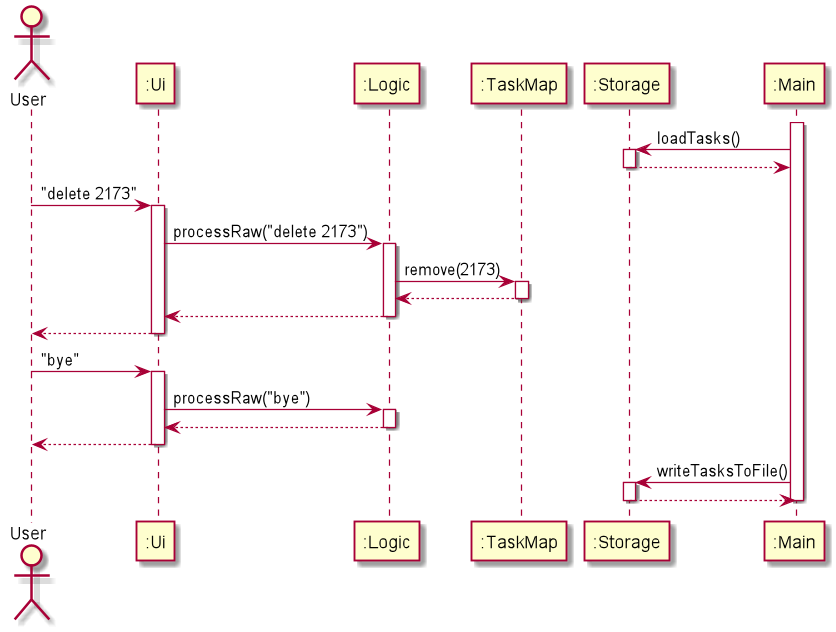
Earlier version of the PlantUML export docs/diagrams/ComponentsSeq.png (nus-cs2113-AY2021S1/tp). Its diagram source:
```plantuml
@startuml

actor User
participant ":Ui" as Ui
participant ":Logic" as Logic
participant ":TaskMap" as TaskMap
participant ":Storage" as Storage
participant ":Main" as Main

activate Main

Main -> Storage: loadTasks()
activate Storage


Storage --> Main
deactivate Storage

User -> Ui: "delete 2173"
activate Ui

Ui -> Logic: processRaw("delete 2173")
activate Logic

Logic -> TaskMap: remove(2173)
activate TaskMap

TaskMap --> Logic
deactivate TaskMap

Logic --> Ui
deactivate Logic

Ui --> User
deactivate Ui

User -> Ui: "bye"
activate Ui

Ui -> Logic: processRaw("bye")
activate Logic

Logic --> Ui
deactivate Logic

Ui --> User
deactivate Ui

Main -> Storage: writeTasksToFile()
activate Storage

Storage --> Main
deactivate Storage

deactivate Main

@enduml
```
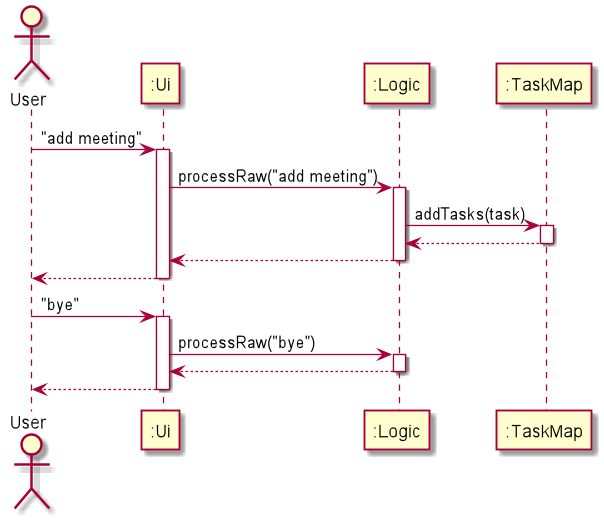
After the change.

What changed in the source:
```diff
@@ -4,25 +4,15 @@
 participant ":Ui" as Ui
 participant ":Logic" as Logic
 participant ":TaskMap" as TaskMap
-participant ":Storage" as Storage
-participant ":Main" as Main
-
-activate Main
-
-Main -> Storage: loadTasks()
-activate Storage
 
 
-Storage --> Main
-deactivate Storage
-
-User -> Ui: "delete 2173"
+User -> Ui: "add meeting"
 activate Ui
 
-Ui -> Logic: processRaw("delete 2173")
+Ui -> Logic: processRaw("add meeting")
 activate Logic
 
-Logic -> TaskMap: remove(2173)
+Logic -> TaskMap: addTasks(task)
 activate TaskMap
 
 TaskMap --> Logic
@@ -46,12 +36,5 @@
 Ui --> User
 deactivate Ui
 
-Main -> Storage: writeTasksToFile()
-activate Storage
-
-Storage --> Main
-deactivate Storage
-
-deactivate Main
 
 @enduml
```
